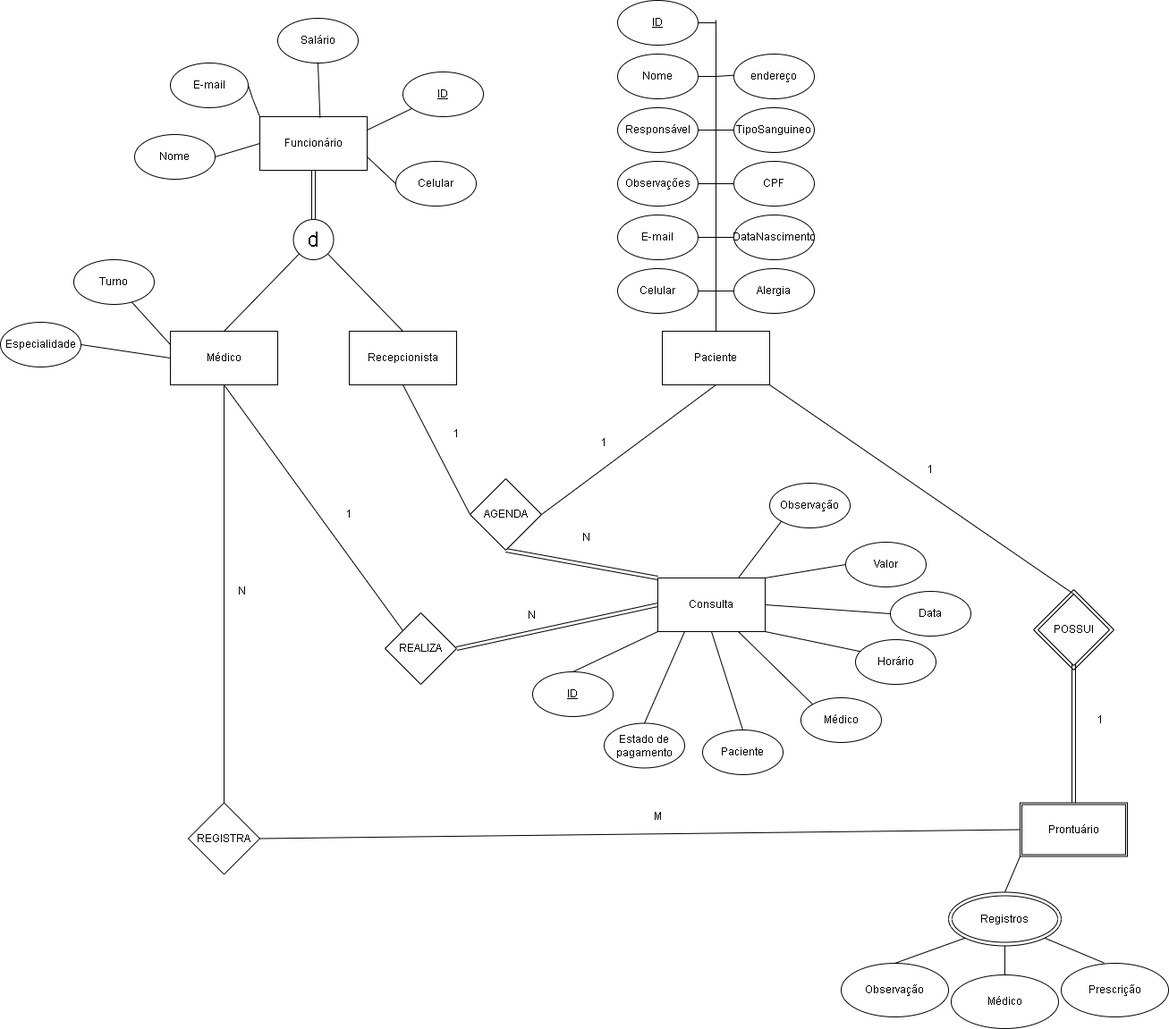
Above: Modelo conceitual/Modelo conceitual.png in pauloandreoliv/Banco-de-Dados-I---2022.2---Projeto-da-II-Unidade (draw.io), before the change. Source tidied: cells renumbered, new cells last; positions are measured from the earlier drawing's top-left corner, leaving out a move shared by most shapes.
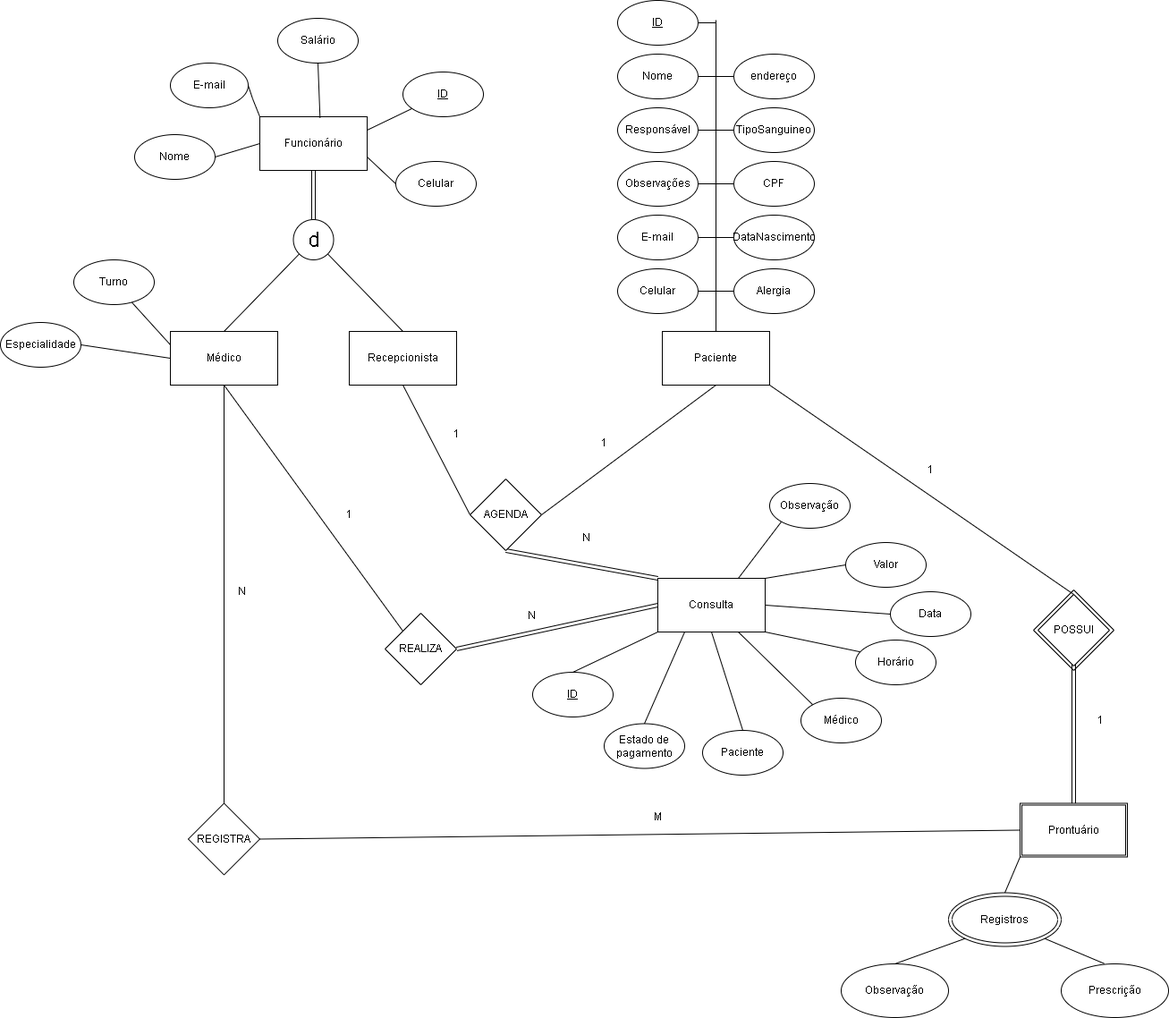
After the commit.

Commit message:
modelo conceitual atualizado

Change to the diagram source:
```diff
@@ -137,9 +137,6 @@
     <mxCell id="43" style="edgeStyle=none;rounded=0;jettySize=auto;html=1;exitX=1;exitY=1;exitDx=0;exitDy=0;entryX=0.401;entryY=-0.005;entryDx=0;entryDy=0;entryPerimeter=0;endArrow=none;endFill=0;" parent="1" edge="1" source="45" target="90">
       <mxGeometry relative="1" as="geometry" />
     </mxCell>
-    <mxCell id="44" style="edgeStyle=none;rounded=0;jettySize=auto;html=1;exitX=0.5;exitY=1;exitDx=0;exitDy=0;entryX=0.5;entryY=0;entryDx=0;entryDy=0;endArrow=none;endFill=0;" parent="1" edge="1" source="45" target="91">
-      <mxGeometry relative="1" as="geometry" />
-    </mxCell>
     <mxCell id="45" value="Registros" style="ellipse;shape=doubleEllipse;whiteSpace=wrap;html=1;" parent="1" vertex="1">
       <mxGeometry x="1060" y="997.5" width="126" height="60" as="geometry" />
     </mxCell>
@@ -292,9 +289,6 @@
     <mxCell id="90" value="Prescrição" style="ellipse;whiteSpace=wrap;html=1;" parent="1" vertex="1">
       <mxGeometry x="1186" y="1077" width="120" height="60" as="geometry" />
     </mxCell>
-    <mxCell id="91" value="Médico" style="ellipse;whiteSpace=wrap;html=1;" parent="1" vertex="1">
-      <mxGeometry x="1063" y="1090" width="120" height="60" as="geometry" />
-    </mxCell>
     <mxCell id="92" value="Turno" style="ellipse;whiteSpace=wrap;html=1;" parent="1" vertex="1">
       <mxGeometry x="82" y="290" width="90" height="50" as="geometry" />
     </mxCell>
```
